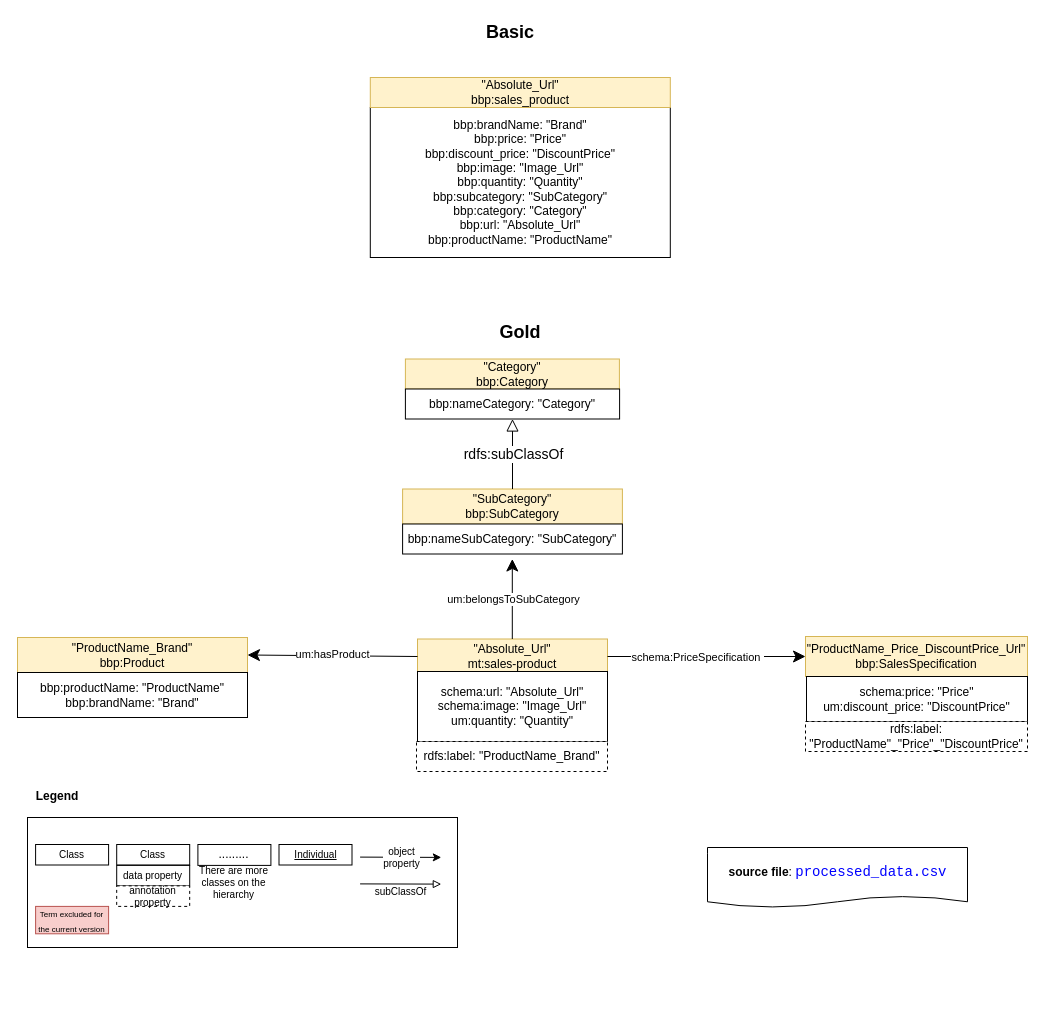
This is page "Gold-Basic" (2 of 16) of BigBasketProducts/Figures/bigBasketProducts.drawio from tecnomod-um/EvaluationGraphAlignmentMethods, a draw.io file, before an edit. Source tidied: cells renumbered, new cells numbered last; positions are measured from the earlier drawing's top-left corner, leaving out a move shared by most shapes. Both pictures are drawn from the tidied source at 100%, with x=0, y=0 at pixel (17, 17).
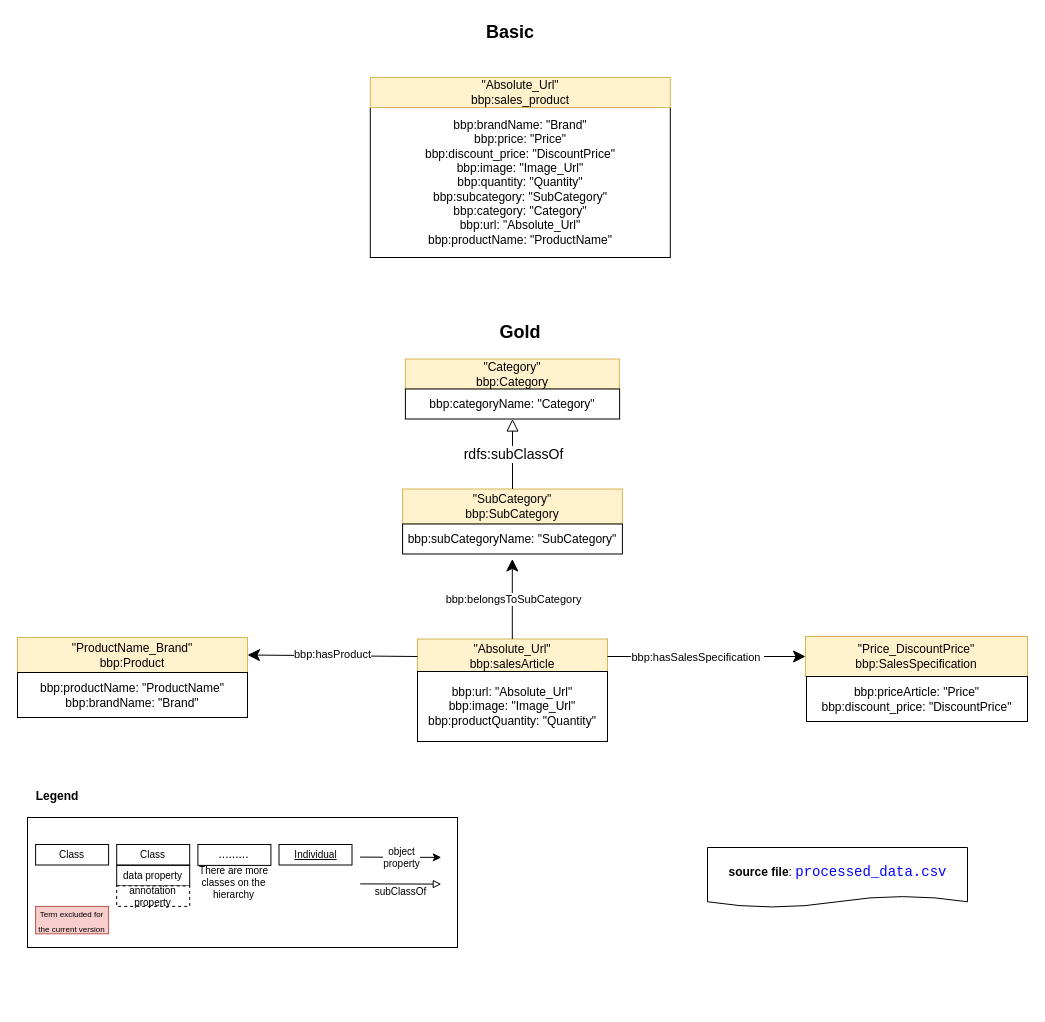
The same diagram, later.

Unchanged cells that the change refers to:
```xml
<mxCell id="18" style="endArrow=classic;html=1;exitX=1;exitY=0.5;exitDx=0;exitDy=0;entryX=0;entryY=0.5;entryDx=0;entryDy=0;rounded=0;endSize=10;startArrow=none;startFill=0;targetPerimeterSpacing=10;" parent="1" edge="1" source="16" target="17">
  <mxGeometry relative="1" as="geometry" />
</mxCell>
<mxCell id="21" value="&quot;ProductName_Brand&quot;&lt;br&gt;bbp:Product" style="rounded=0;whiteSpace=wrap;html=1;labelBackgroundColor=none;fillColor=#fff2cc;strokeColor=#d6b656;noLabel=0;" parent="1" vertex="1">
  <mxGeometry y="620" width="230" height="35" as="geometry" />
</mxCell>
```

Change to the diagram source:
```diff
@@
-    <mxCell id="16" value="&quot;Absolute_Url&quot;&lt;br&gt;mt:sales-product" style="rounded=0;whiteSpace=wrap;html=1;labelBackgroundColor=none;fillColor=#fff2cc;strokeColor=#d6b656;noLabel=0;" parent="1" vertex="1">
+    <mxCell id="16" value="&quot;Absolute_Url&quot;&lt;br&gt;bbp:salesArticle" style="rounded=0;whiteSpace=wrap;html=1;labelBackgroundColor=none;fillColor=#fff2cc;strokeColor=#d6b656;noLabel=0;" parent="1" vertex="1">
       <mxGeometry x="400" y="621.5" width="190" height="35" as="geometry" />
     </mxCell>
-    <mxCell id="17" value="&quot;ProductName_Price_DiscountPrice_Url&quot;&lt;br&gt;bbp:SalesSpecification" style="rounded=0;whiteSpace=wrap;html=1;labelBackgroundColor=none;fillColor=#fff2cc;strokeColor=#d6b656;noLabel=0;" parent="1" vertex="1">
+    <mxCell id="17" value="&quot;Price_DiscountPrice&quot;&lt;br&gt;bbp:SalesSpecification" style="rounded=0;whiteSpace=wrap;html=1;labelBackgroundColor=none;fillColor=#fff2cc;strokeColor=#d6b656;noLabel=0;" parent="1" vertex="1">
       <mxGeometry x="788" y="619" width="222" height="40" as="geometry" />
     </mxCell>
@@
-    <mxCell id="19" value="schema:PriceSpecification&amp;nbsp;" style="edgeLabel;html=1;align=center;verticalAlign=middle;" parent="18" vertex="1">
+    <mxCell id="19" value="bbp:hasSalesSpecification&amp;nbsp;" style="edgeLabel;html=1;align=center;verticalAlign=middle;" parent="18" vertex="1">
       <mxGeometry x="-0.29" relative="1" as="geometry">
         <mxPoint x="19" as="offset" />
       </mxGeometry>
     </mxCell>
-    <mxCell id="20" value="schema:price: &quot;Price&quot;&lt;br&gt;um:discount_price: &quot;DiscountPrice&quot;" style="rounded=0;whiteSpace=wrap;html=1;" parent="1" vertex="1">
+    <mxCell id="20" value="bbp:priceArticle: &quot;Price&quot;&lt;br&gt;bbp:discount_price: &quot;DiscountPrice&quot;" style="rounded=0;whiteSpace=wrap;html=1;" parent="1" vertex="1">
       <mxGeometry x="789" y="659" width="221" height="45" as="geometry" />
     </mxCell>
@@
-    <mxCell id="23" value="um:hasProduct" style="endArrow=classic;html=1;exitX=0;exitY=0.5;exitDx=0;exitDy=0;entryX=1;entryY=0.5;entryDx=0;entryDy=0;rounded=0;endSize=10;startArrow=none;startFill=0;startSize=7;" parent="1" edge="1" source="16" target="21">
+    <mxCell id="23" value="bbp:hasProduct" style="endArrow=classic;html=1;exitX=0;exitY=0.5;exitDx=0;exitDy=0;entryX=1;entryY=0.5;entryDx=0;entryDy=0;rounded=0;endSize=10;startArrow=none;startFill=0;startSize=7;" parent="1" edge="1" source="16" target="21">
       <mxGeometry y="-1" relative="1" as="geometry" />
     </mxCell>
-    <mxCell id="24" value="schema:url: &quot;Absolute_Url&quot;&lt;br&gt;schema:image: &quot;Image_Url&quot;&lt;br&gt;um:quantity: &quot;Quantity&quot;" style="rounded=0;whiteSpace=wrap;html=1;" parent="1" vertex="1">
+    <mxCell id="24" value="bbp:url: &quot;Absolute_Url&quot;&lt;br&gt;bbp:image: &quot;Image_Url&quot;&lt;br&gt;bbp:productQuantity: &quot;Quantity&quot;" style="rounded=0;whiteSpace=wrap;html=1;" parent="1" vertex="1">
       <mxGeometry x="400" y="654" width="190" height="70" as="geometry" />
     </mxCell>
@@
-    <mxCell id="27" value="um:belongsToSubCategory" style="endArrow=classic;html=1;exitX=0.5;exitY=0;exitDx=0;exitDy=0;entryX=0.5;entryY=1;entryDx=0;entryDy=0;rounded=0;endSize=10;startArrow=none;startFill=0;startSize=7;" parent="1" edge="1">
+    <mxCell id="27" value="bbp:belongsToSubCategory" style="endArrow=classic;html=1;exitX=0.5;exitY=0;exitDx=0;exitDy=0;entryX=0.5;entryY=1;entryDx=0;entryDy=0;rounded=0;endSize=10;startArrow=none;startFill=0;startSize=7;" parent="1" edge="1">
       <mxGeometry y="-1" relative="1" as="geometry">
         <mxPoint x="494.8" y="621.5" as="sourcePoint" />
         <mxPoint x="494.8" y="541.5" as="targetPoint" />
       </mxGeometry>
     </mxCell>
@@
-    <mxCell id="29" value="rdfs:label: &quot;ProductName_Brand&quot;" style="rounded=0;whiteSpace=wrap;html=1;dashed=1;" parent="1" vertex="1">
-      <mxGeometry x="399" y="724" width="191" height="30" as="geometry" />
-    </mxCell>
-    <mxCell id="30" value="rdfs:label: &quot;ProductName&quot;_&quot;Price&quot;_&quot;DiscountPrice&quot;" style="rounded=0;whiteSpace=wrap;html=1;dashed=1;" parent="1" vertex="1">
-      <mxGeometry x="788" y="704" width="222" height="30" as="geometry" />
-    </mxCell>
-    <mxCell id="31" value="bbp:nameCategory: &quot;Category&quot;" style="rounded=0;whiteSpace=wrap;html=1;" parent="1" vertex="1">
+    <mxCell id="31" value="bbp:categoryName: &quot;Category&quot;" style="rounded=0;whiteSpace=wrap;html=1;" parent="1" vertex="1">
       <mxGeometry x="387.9" y="371.5" width="214.2" height="30" as="geometry" />
     </mxCell>
@@
-    <mxCell id="36" value="bbp:nameSubCategory: &quot;SubCategory&quot;" style="rounded=0;whiteSpace=wrap;html=1;" parent="1" vertex="1">
+    <mxCell id="36" value="bbp:subCategoryName: &quot;SubCategory&quot;" style="rounded=0;whiteSpace=wrap;html=1;" parent="1" vertex="1">
       <mxGeometry x="385.1" y="506.5" width="219.8" height="30" as="geometry" />
     </mxCell>
```
